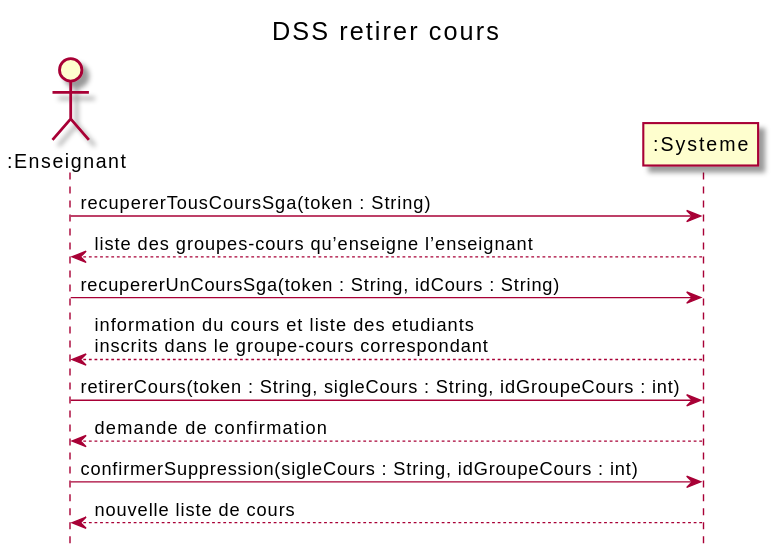
Before: out/docs/Retirer cours/DSS_Retirer_Cours/DSS_Retirer_Cours.svg, a diagram exported from PlantUML (nerdz88/SGA-TS). Its diagram source:
```plantuml
@startuml
title DSS retirer cours
hide footbox
actor ":Enseignant" as prof
participant ":Systeme" as sys

prof->  sys : recupererTousCoursSga(token : String)
sys --> prof : liste des groupes-cours qu’enseigne l’enseignant
prof -> sys : recupererUnCoursSga(token : String, idCours : String)
sys --> prof : information du cours et liste des etudiants\ninscrits dans le groupe-cours correspondant
prof -> sys : retirerCours(token : String, sigleCours : String, idGroupeCours : int)
sys --> prof : demande de confirmation
prof -> sys : confirmerSuppression(sigleCours : String, idGroupeCours : int)
sys --> prof : nouvelle liste de cours
@enduml
```
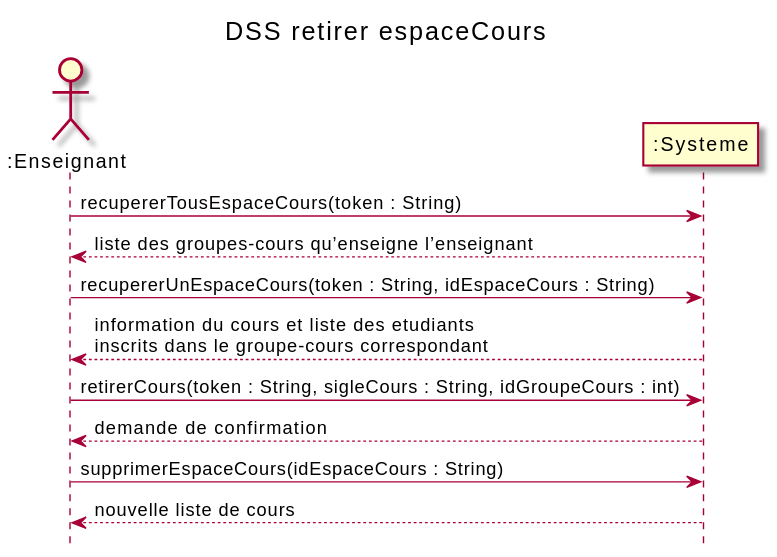
The same diagram one commit later.

The edit, as a diff of the source:
```diff
@@ -1,15 +1,15 @@
 @startuml
-title DSS retirer cours
+title DSS retirer espaceCours
 hide footbox
 actor ":Enseignant" as prof
 participant ":Systeme" as sys
 
-prof->  sys : recupererTousCoursSga(token : String)
+prof->  sys : recupererTousEspaceCours(token : String)
 sys --> prof : liste des groupes-cours qu’enseigne l’enseignant
-prof -> sys : recupererUnCoursSga(token : String, idCours : String)
+prof -> sys : recupererUnEspaceCours(token : String, idEspaceCours : String)
 sys --> prof : information du cours et liste des etudiants\ninscrits dans le groupe-cours correspondant
 prof -> sys : retirerCours(token : String, sigleCours : String, idGroupeCours : int)
 sys --> prof : demande de confirmation
-prof -> sys : confirmerSuppression(sigleCours : String, idGroupeCours : int)
+prof -> sys : supprimerEspaceCours(idEspaceCours : String)
 sys --> prof : nouvelle liste de cours
 @enduml
```
